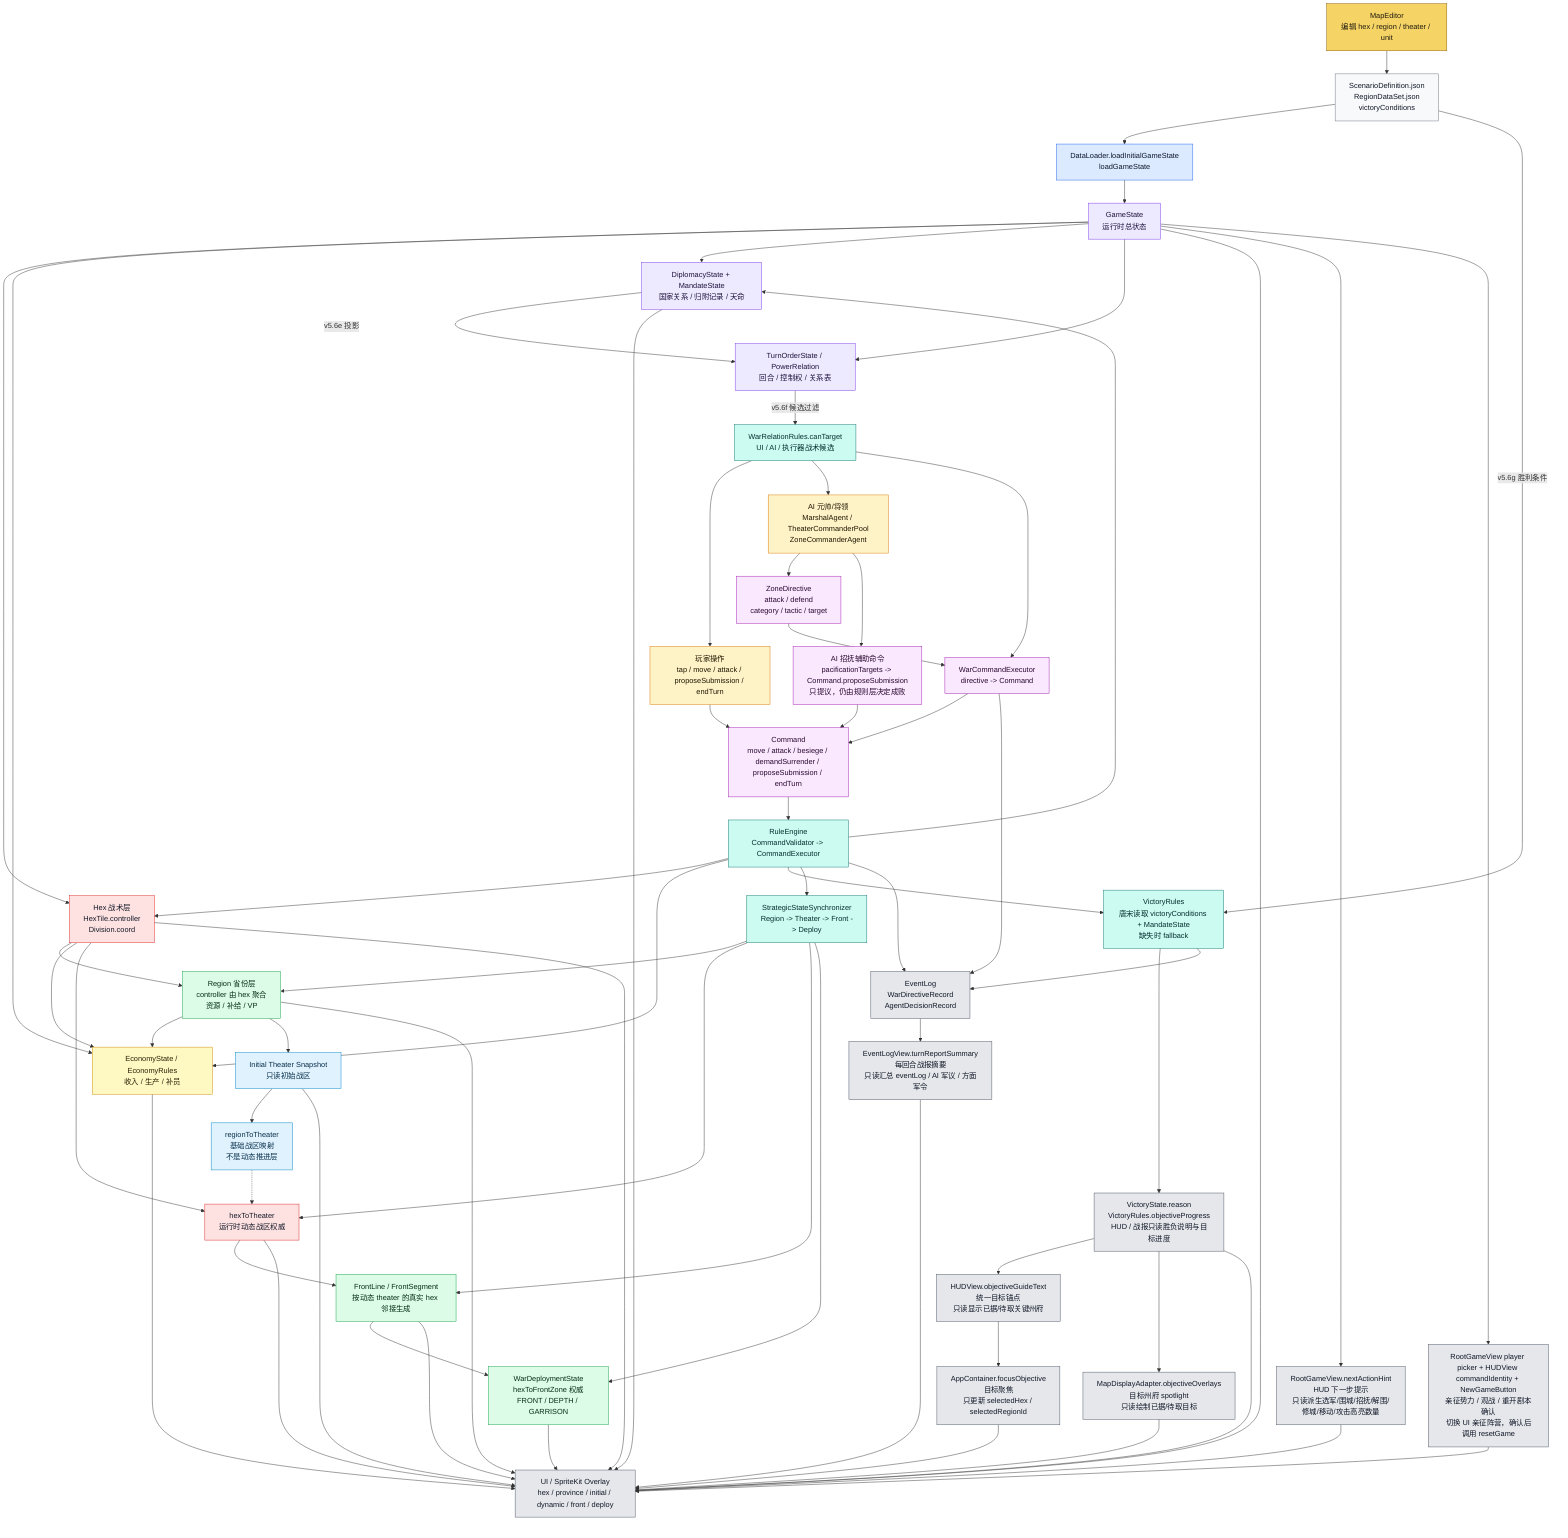
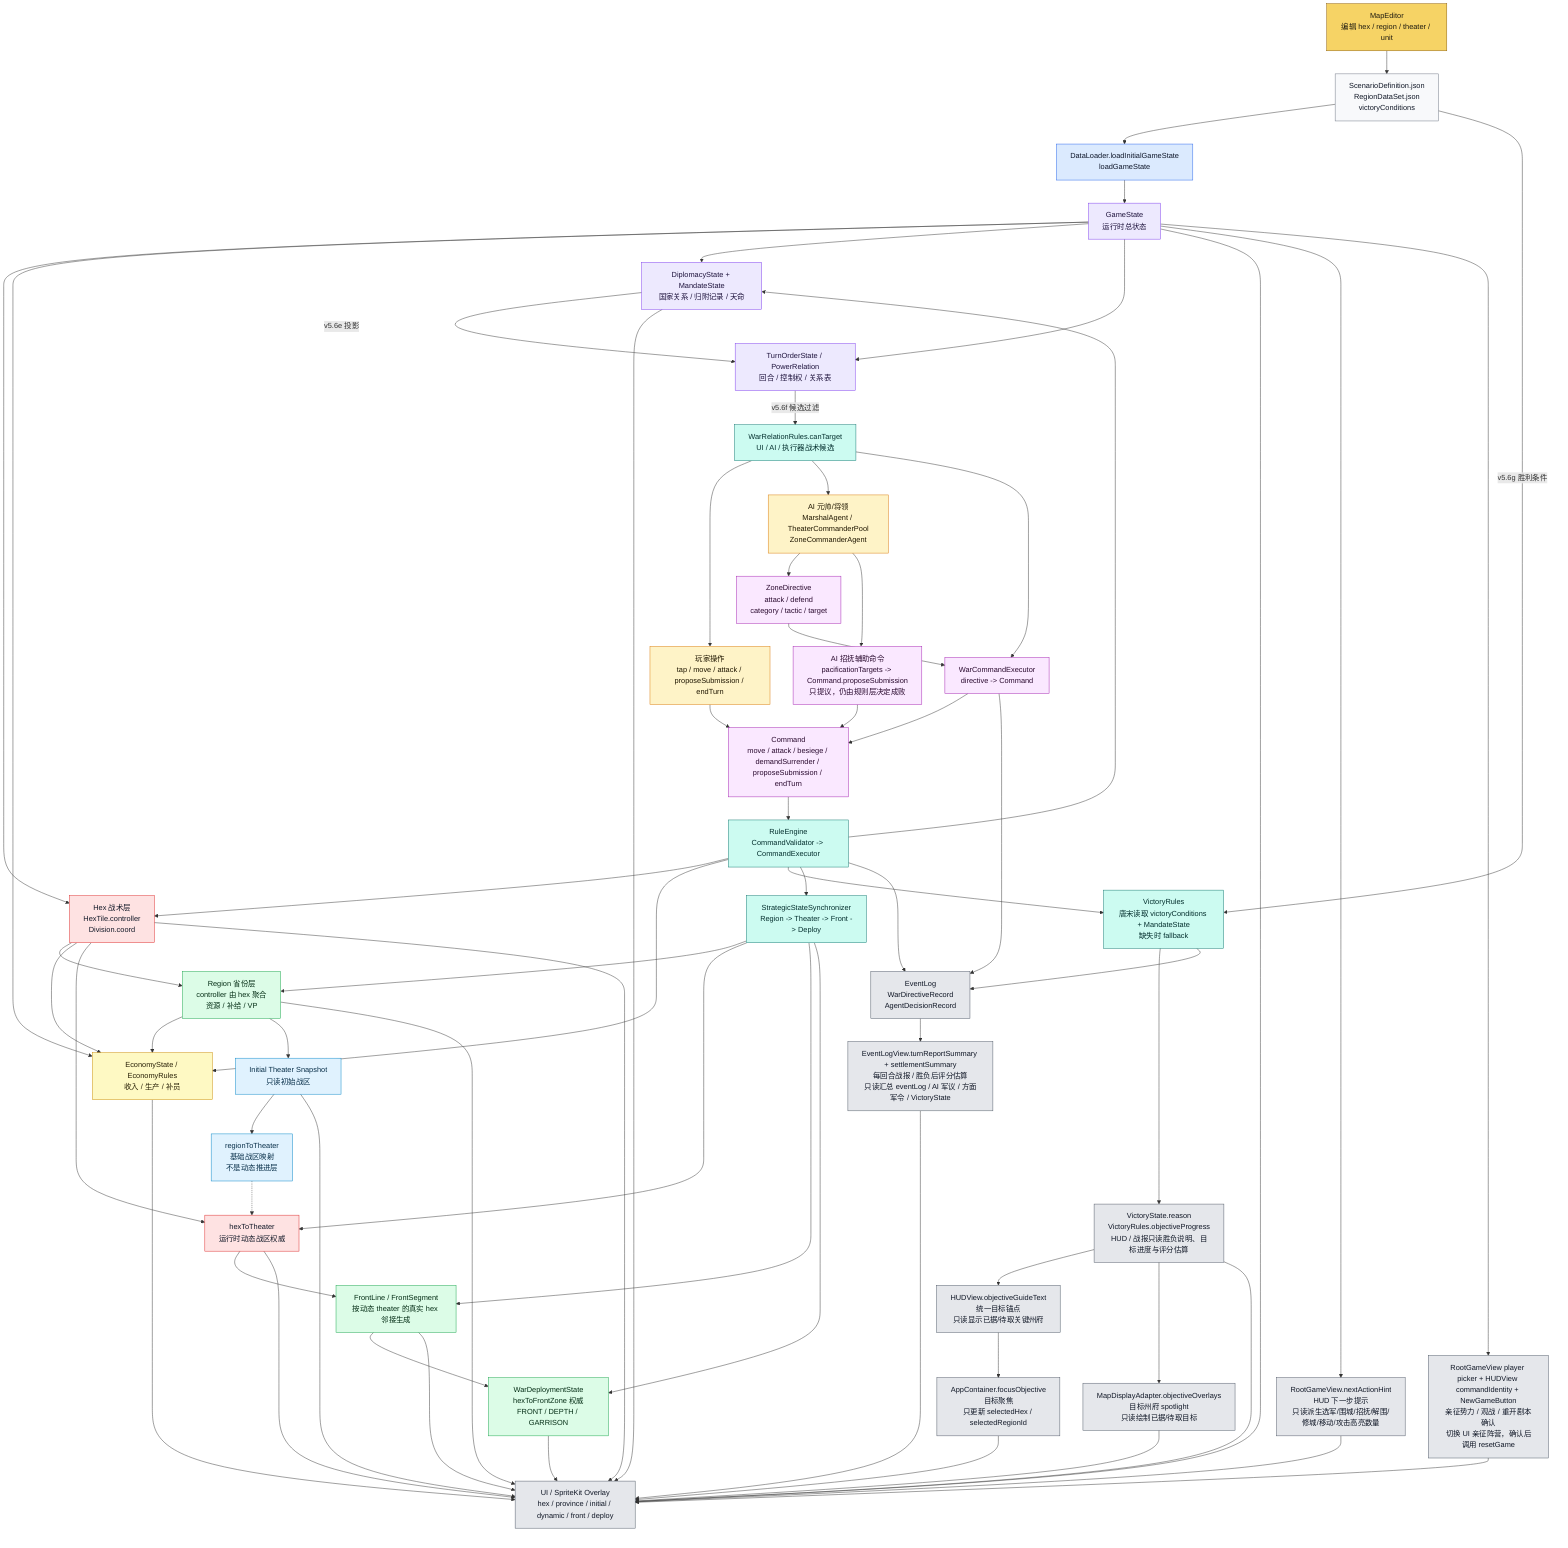
flowchart TD
    ME["MapEditor<br/>编辑 hex / region / theater / unit"]:::editor
    JSON["ScenarioDefinition.json<br/>RegionDataSet.json<br/>victoryConditions"]:::data
    DL["DataLoader.loadInitialGameState<br/>loadGameState"]:::loader
    GS["GameState<br/>运行时总状态"]:::state

    HEX["Hex 战术层<br/>HexTile.controller<br/>Division.coord"]:::authority
    REGION["Region 省份层<br/>controller 由 hex 聚合<br/>资源 / 补给 / VP"]:::derived
    INIT["Initial Theater Snapshot<br/>只读初始战区"]:::snapshot
    R2T["regionToTheater<br/>基础战区映射<br/>不是动态推进层"]:::snapshot
    H2T["hexToTheater<br/>运行时动态战区权威"]:::authority
    FRONT["FrontLine / FrontSegment<br/>按动态 theater 的真实 hex 邻接生成"]:::derived
    DEPLOY["WarDeploymentState<br/>hexToFrontZone 权威<br/>FRONT / DEPTH / GARRISON"]:::derived
    ECO["EconomyState / EconomyRules<br/>收入 / 生产 / 补员"]:::economy
    DIP["DiplomacyState + MandateState<br/>国家关系 / 归附记录 / 天命"]:::state
    TURN["TurnOrderState / PowerRelation<br/>回合 / 控制权 / 关系表"]:::state
    RELCAND["WarRelationRules.canTarget<br/>UI / AI / 执行器战术候选"]:::rules
    VICT["VictoryRules<br/>唐宋读取 victoryConditions + MandateState<br/>缺失时 fallback"]:::rules
-     VICTEXT["VictoryState.reason<br/>VictoryRules.objectiveProgress<br/>HUD / 战报只读胜负说明与目标进度"]:::ui
+     VICTEXT["VictoryState.reason<br/>VictoryRules.objectiveProgress<br/>HUD / 战报只读胜负说明、目标进度与评分估算"]:::ui
    GOAL["HUDView.objectiveGuideText<br/>统一目标锚点<br/>只读显示已据/待取关键州府"]:::ui
    FOCUS["AppContainer.focusObjective<br/>目标聚焦<br/>只更新 selectedHex / selectedRegionId"]:::ui
    SPOTLIGHT["MapDisplayAdapter.objectiveOverlays<br/>目标州府 spotlight<br/>只读绘制已据/待取目标"]:::ui
-     TURNREPORT["EventLogView.turnReportSummary<br/>每回合战报摘要<br/>只读汇总 eventLog / AI 军议 / 方面军令"]:::ui
+     TURNREPORT["EventLogView.turnReportSummary + settlementSummary<br/>每回合战报 / 胜负后评分估算<br/>只读汇总 eventLog / AI 军议 / 方面军令 / VictoryState"]:::ui
    SESSIONHUD["RootGameView player picker + HUDView commandIdentity + NewGameButton<br/>亲征势力 / 观战 / 重开剧本确认<br/>切换 UI 亲征阵营，确认后调用 resetGame"]:::ui
    HINT["RootGameView.nextActionHint<br/>HUD 下一步提示<br/>只读派生选军/围城/招抚/解围/修城/移动/攻击高亮数量"]:::ui

    PLAYER["玩家操作<br/>tap / move / attack / proposeSubmission / endTurn"]:::input
    AI["AI 元帅/将领<br/>MarshalAgent / TheaterCommanderPool<br/>ZoneCommanderAgent"]:::input
    AIPAC["AI 招抚辅助命令<br/>pacificationTargets -> Command.proposeSubmission<br/>只提议，仍由规则层决定成败"]:::command
    ZD["ZoneDirective<br/>attack / defend<br/>category / tactic / target"]:::command
    WCE["WarCommandExecutor<br/>directive -> Command"]:::command
    CMD["Command<br/>move / attack / besiege / demandSurrender / proposeSubmission / endTurn"]:::command
    RE["RuleEngine<br/>CommandValidator -> CommandExecutor"]:::rules
    SYNC["StrategicStateSynchronizer<br/>Region -> Theater -> Front -> Deploy"]:::rules

    UI["UI / SpriteKit Overlay<br/>hex / province / initial / dynamic / front / deploy"]:::ui
    LOG["EventLog<br/>WarDirectiveRecord<br/>AgentDecisionRecord"]:::ui

    ME --> JSON --> DL --> GS
    GS --> HEX
    HEX --> REGION
    HEX --> ECO
    REGION --> ECO
    REGION --> INIT
    INIT --> R2T
    R2T -.-> H2T
    HEX --> H2T
    H2T --> FRONT --> DEPLOY
    GS --> ECO
    GS --> DIP
    GS --> TURN
    DIP -->|v5.6e 投影| TURN
    TURN -->|v5.6f 候选过滤| RELCAND
    JSON -->|v5.6g 胜利条件| VICT

    PLAYER --> CMD
    RELCAND --> PLAYER
    RELCAND --> AI
    RELCAND --> WCE
    AI --> ZD --> WCE --> CMD
    AI --> AIPAC --> CMD
    CMD --> RE --> HEX
    RE --> ECO
    RE --> DIP
    RE --> VICT
    RE --> SYNC
    SYNC --> REGION
    SYNC --> H2T
    SYNC --> FRONT
    SYNC --> DEPLOY

    GS --> UI
    GS --> HINT --> UI
    GS --> SESSIONHUD --> UI
    VICTEXT --> GOAL --> FOCUS --> UI
    VICTEXT --> SPOTLIGHT --> UI
    HEX --> UI
    REGION --> UI
    INIT --> UI
    H2T --> UI
    FRONT --> UI
    DEPLOY --> UI
    ECO --> UI
    DIP --> UI
    VICT --> VICTEXT --> UI
    RE --> LOG
    VICT --> LOG
    WCE --> LOG
    LOG --> TURNREPORT --> UI

    classDef editor fill:#f6d365,stroke:#8a5a00,color:#1f1b10
    classDef data fill:#f8f9fb,stroke:#6b7280,color:#111827
    classDef loader fill:#dbeafe,stroke:#2563eb,color:#0f172a
    classDef state fill:#ede9fe,stroke:#7c3aed,color:#1f143d
    classDef authority fill:#fee2e2,stroke:#dc2626,color:#111827
    classDef derived fill:#dcfce7,stroke:#16a34a,color:#052e16
    classDef snapshot fill:#e0f2fe,stroke:#0284c7,color:#082f49
    classDef input fill:#fef3c7,stroke:#d97706,color:#1f1600
    classDef economy fill:#fef9c3,stroke:#ca8a04,color:#292107
    classDef command fill:#fae8ff,stroke:#a21caf,color:#2a0a2f
    classDef rules fill:#ccfbf1,stroke:#0f766e,color:#042f2e
    classDef ui fill:#e5e7eb,stroke:#4b5563,color:#111827
